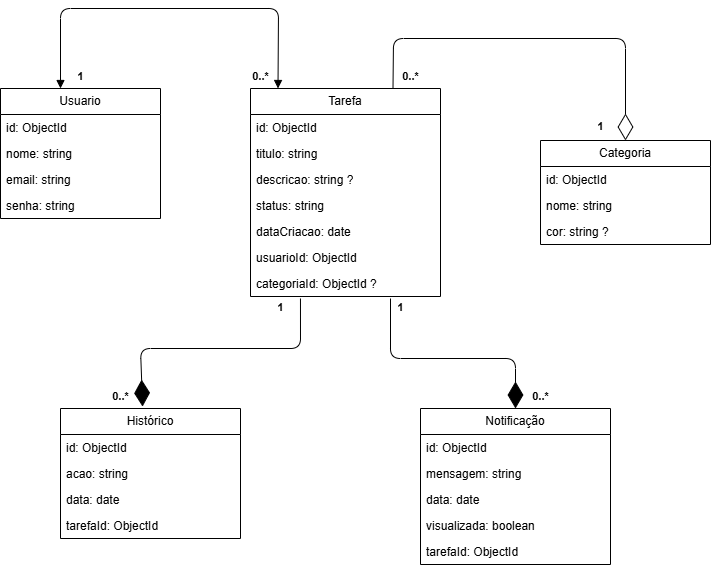
Earlier version of the draw.io export docs/NoAM.png (FatecFranca/DSM-P3-G08-2026-1). Source tidied: cells renumbered, new cells last; positions are measured from the earlier drawing's top-left corner, leaving out a move shared by most shapes. Source of this version:
```xml
<mxGraphModel>
  <root>
    <mxCell id="0" />
    <mxCell id="1" parent="0" />
    <mxCell id="2" value="Usuario" style="swimlane;fontStyle=0;horizontal=1;startSize=26;fillColor=none;whiteSpace=wrap;html=1;" parent="1" vertex="1">
      <mxGeometry y="80" width="160" height="130" as="geometry" />
    </mxCell>
    <mxCell id="3" value="id: ObjectId&amp;nbsp;" style="text;strokeColor=none;fillColor=none;align=left;verticalAlign=top;spacingLeft=4;spacingRight=4;overflow=hidden;whiteSpace=wrap;html=1;" parent="2" vertex="1">
      <mxGeometry y="26" width="160" height="26" as="geometry" />
    </mxCell>
    <mxCell id="4" value="nome: string&amp;nbsp;" style="text;strokeColor=none;fillColor=none;align=left;verticalAlign=top;spacingLeft=4;spacingRight=4;overflow=hidden;whiteSpace=wrap;html=1;" parent="2" vertex="1">
      <mxGeometry y="52" width="160" height="26" as="geometry" />
    </mxCell>
    <mxCell id="5" value="email: string&amp;nbsp;" style="text;strokeColor=none;fillColor=none;align=left;verticalAlign=top;spacingLeft=4;spacingRight=4;overflow=hidden;whiteSpace=wrap;html=1;" parent="2" vertex="1">
      <mxGeometry y="78" width="160" height="26" as="geometry" />
    </mxCell>
    <mxCell id="6" value="senha: string" style="text;strokeColor=none;fillColor=none;align=left;verticalAlign=top;spacingLeft=4;spacingRight=4;overflow=hidden;whiteSpace=wrap;html=1;" parent="2" vertex="1">
      <mxGeometry y="104" width="160" height="26" as="geometry" />
    </mxCell>
    <mxCell id="7" value="Tarefa" style="swimlane;fontStyle=0;horizontal=1;startSize=26;fillColor=none;whiteSpace=wrap;html=1;" parent="1" vertex="1">
      <mxGeometry x="250" y="80" width="190" height="208" as="geometry" />
    </mxCell>
    <mxCell id="8" value="id: ObjectId&amp;nbsp;" style="text;strokeColor=none;fillColor=none;align=left;verticalAlign=top;spacingLeft=4;spacingRight=4;overflow=hidden;whiteSpace=wrap;html=1;" parent="7" vertex="1">
      <mxGeometry y="26" width="190" height="26" as="geometry" />
    </mxCell>
    <mxCell id="9" value="titulo: string&amp;nbsp;" style="text;strokeColor=none;fillColor=none;align=left;verticalAlign=top;spacingLeft=4;spacingRight=4;overflow=hidden;whiteSpace=wrap;html=1;" parent="7" vertex="1">
      <mxGeometry y="52" width="190" height="26" as="geometry" />
    </mxCell>
    <mxCell id="10" value="descricao: string ?" style="text;strokeColor=none;fillColor=none;align=left;verticalAlign=top;spacingLeft=4;spacingRight=4;overflow=hidden;whiteSpace=wrap;html=1;" parent="7" vertex="1">
      <mxGeometry y="78" width="190" height="26" as="geometry" />
    </mxCell>
    <mxCell id="11" value="status: string&amp;nbsp;" style="text;strokeColor=none;fillColor=none;align=left;verticalAlign=top;spacingLeft=4;spacingRight=4;overflow=hidden;whiteSpace=wrap;html=1;" parent="7" vertex="1">
      <mxGeometry y="104" width="190" height="26" as="geometry" />
    </mxCell>
    <mxCell id="12" value="dataCriacao: date&amp;nbsp;" style="text;strokeColor=none;fillColor=none;align=left;verticalAlign=top;spacingLeft=4;spacingRight=4;overflow=hidden;whiteSpace=wrap;html=1;" parent="7" vertex="1">
      <mxGeometry y="130" width="190" height="26" as="geometry" />
    </mxCell>
    <mxCell id="13" value="usuarioId: ObjectId&amp;nbsp;" style="text;strokeColor=none;fillColor=none;align=left;verticalAlign=top;spacingLeft=4;spacingRight=4;overflow=hidden;whiteSpace=wrap;html=1;" parent="7" vertex="1">
      <mxGeometry y="156" width="190" height="26" as="geometry" />
    </mxCell>
    <mxCell id="14" value="categoriaId: ObjectId ?" style="text;strokeColor=none;fillColor=none;align=left;verticalAlign=top;spacingLeft=4;spacingRight=4;overflow=hidden;points=[[0,0.5],[1,0.5]];portConstraint=eastwest;whiteSpace=wrap;html=1;" parent="7" vertex="1">
      <mxGeometry y="182" width="190" height="26" as="geometry" />
    </mxCell>
    <mxCell id="15" value="Categoria" style="swimlane;fontStyle=0;horizontal=1;startSize=26;fillColor=none;whiteSpace=wrap;html=1;" parent="1" vertex="1">
      <mxGeometry x="540" y="132" width="170" height="104" as="geometry" />
    </mxCell>
    <mxCell id="16" value="id: ObjectId&amp;nbsp;" style="text;strokeColor=none;fillColor=none;align=left;verticalAlign=top;spacingLeft=4;spacingRight=4;overflow=hidden;whiteSpace=wrap;html=1;" parent="15" vertex="1">
      <mxGeometry y="26" width="170" height="26" as="geometry" />
    </mxCell>
    <mxCell id="17" value="nome: string&amp;nbsp;" style="text;strokeColor=none;fillColor=none;align=left;verticalAlign=top;spacingLeft=4;spacingRight=4;overflow=hidden;whiteSpace=wrap;html=1;" parent="15" vertex="1">
      <mxGeometry y="52" width="170" height="26" as="geometry" />
    </mxCell>
    <mxCell id="18" value="cor: string ?" style="text;strokeColor=none;fillColor=none;align=left;verticalAlign=top;spacingLeft=4;spacingRight=4;overflow=hidden;whiteSpace=wrap;html=1;" parent="15" vertex="1">
      <mxGeometry y="78" width="170" height="26" as="geometry" />
    </mxCell>
    <mxCell id="19" value="Notificação" style="swimlane;fontStyle=0;horizontal=1;startSize=26;fillColor=none;whiteSpace=wrap;html=1;" parent="1" vertex="1">
      <mxGeometry x="420" y="400" width="190" height="156" as="geometry" />
    </mxCell>
    <mxCell id="20" value="id: ObjectId&amp;nbsp;" style="text;strokeColor=none;fillColor=none;align=left;verticalAlign=top;spacingLeft=4;spacingRight=4;overflow=hidden;whiteSpace=wrap;html=1;" parent="19" vertex="1">
      <mxGeometry y="26" width="190" height="26" as="geometry" />
    </mxCell>
    <mxCell id="21" value="mensagem: string&amp;nbsp;" style="text;strokeColor=none;fillColor=none;align=left;verticalAlign=top;spacingLeft=4;spacingRight=4;overflow=hidden;whiteSpace=wrap;html=1;" parent="19" vertex="1">
      <mxGeometry y="52" width="190" height="26" as="geometry" />
    </mxCell>
    <mxCell id="22" value="data: date&amp;nbsp;" style="text;strokeColor=none;fillColor=none;align=left;verticalAlign=top;spacingLeft=4;spacingRight=4;overflow=hidden;whiteSpace=wrap;html=1;" parent="19" vertex="1">
      <mxGeometry y="78" width="190" height="26" as="geometry" />
    </mxCell>
    <mxCell id="23" value="visualizada: boolean&amp;nbsp;" style="text;strokeColor=none;fillColor=none;align=left;verticalAlign=top;spacingLeft=4;spacingRight=4;overflow=hidden;whiteSpace=wrap;html=1;" parent="19" vertex="1">
      <mxGeometry y="104" width="190" height="26" as="geometry" />
    </mxCell>
    <mxCell id="24" value="tarefaId: ObjectId&amp;nbsp;" style="text;strokeColor=none;fillColor=none;align=left;verticalAlign=top;spacingLeft=4;spacingRight=4;overflow=hidden;whiteSpace=wrap;html=1;" parent="19" vertex="1">
      <mxGeometry y="130" width="190" height="26" as="geometry" />
    </mxCell>
    <mxCell id="25" value="Histórico" style="swimlane;fontStyle=0;horizontal=1;startSize=26;fillColor=none;whiteSpace=wrap;html=1;" parent="1" vertex="1">
      <mxGeometry x="60" y="400" width="180" height="130" as="geometry" />
    </mxCell>
    <mxCell id="26" value="id: ObjectId&amp;nbsp;" style="text;strokeColor=none;fillColor=none;align=left;verticalAlign=top;spacingLeft=4;spacingRight=4;overflow=hidden;whiteSpace=wrap;html=1;" parent="25" vertex="1">
      <mxGeometry y="26" width="180" height="26" as="geometry" />
    </mxCell>
    <mxCell id="27" value="acao: string&amp;nbsp;" style="text;strokeColor=none;fillColor=none;align=left;verticalAlign=top;spacingLeft=4;spacingRight=4;overflow=hidden;whiteSpace=wrap;html=1;" parent="25" vertex="1">
      <mxGeometry y="52" width="180" height="26" as="geometry" />
    </mxCell>
    <mxCell id="28" value="data: date&amp;nbsp;" style="text;strokeColor=none;fillColor=none;align=left;verticalAlign=top;spacingLeft=4;spacingRight=4;overflow=hidden;whiteSpace=wrap;html=1;" parent="25" vertex="1">
      <mxGeometry y="78" width="180" height="26" as="geometry" />
    </mxCell>
    <mxCell id="29" value="tarefaId: ObjectId" style="text;strokeColor=none;fillColor=none;align=left;verticalAlign=top;spacingLeft=4;spacingRight=4;overflow=hidden;whiteSpace=wrap;html=1;" parent="25" vertex="1">
      <mxGeometry y="104" width="180" height="26" as="geometry" />
    </mxCell>
    <mxCell id="30" style="endArrow=block;startArrow=block;endFill=1;startFill=1;html=1;entryX=0.25;entryY=0;entryDx=0;entryDy=0;exitX=0.5;exitY=0;exitDx=0;exitDy=0;" parent="1" edge="1">
      <mxGeometry relative="1" as="geometry">
        <mxPoint x="60" y="80" as="sourcePoint" />
        <mxPoint x="277.5" y="80" as="targetPoint" />
        <Array as="points">
          <mxPoint x="60" />
          <mxPoint x="278" />
        </Array>
      </mxGeometry>
    </mxCell>
    <mxCell id="31" style="endArrow=diamondThin;endFill=0;endSize=24;html=1;entryX=0.5;entryY=0;entryDx=0;entryDy=0;exitX=0.75;exitY=0;exitDx=0;exitDy=0;" parent="1" edge="1" source="7" target="15">
      <mxGeometry relative="1" as="geometry">
        <Array as="points">
          <mxPoint x="393" y="30" />
          <mxPoint x="625" y="30" />
        </Array>
      </mxGeometry>
    </mxCell>
    <mxCell id="32" style="endArrow=diamondThin;endFill=1;endSize=24;html=1;entryX=0.5;entryY=0;entryDx=0;entryDy=0;" parent="1" edge="1" target="19">
      <mxGeometry relative="1" as="geometry">
        <mxPoint x="390" y="290" as="sourcePoint" />
        <Array as="points">
          <mxPoint x="390" y="350" />
          <mxPoint x="515" y="350" />
        </Array>
      </mxGeometry>
    </mxCell>
    <mxCell id="33" style="endArrow=diamondThin;endFill=1;endSize=24;html=1;entryX=0.456;entryY=-0.015;entryDx=0;entryDy=0;entryPerimeter=0;exitX=0.263;exitY=1.077;exitDx=0;exitDy=0;exitPerimeter=0;" parent="1" edge="1" source="14" target="25">
      <mxGeometry relative="1" as="geometry">
        <Array as="points">
          <mxPoint x="300" y="340" />
          <mxPoint x="140" y="340" />
        </Array>
      </mxGeometry>
    </mxCell>
    <mxCell id="34" value="1" style="text;align=center;fontStyle=1;verticalAlign=middle;spacingLeft=3;spacingRight=3;strokeColor=none;html=1;fontSize=11;" parent="1" vertex="1">
      <mxGeometry x="70" y="60" width="20" height="16" as="geometry" />
    </mxCell>
    <mxCell id="35" value="0..*" style="text;align=center;fontStyle=1;verticalAlign=middle;spacingLeft=3;spacingRight=3;strokeColor=none;html=1;fontSize=11;" parent="1" vertex="1">
      <mxGeometry x="250" y="60" width="20" height="16" as="geometry" />
    </mxCell>
    <mxCell id="36" value="0..*" style="text;align=center;fontStyle=1;verticalAlign=middle;spacingLeft=3;spacingRight=3;strokeColor=none;html=1;fontSize=11;" parent="1" vertex="1">
      <mxGeometry x="400" y="60" width="20" height="16" as="geometry" />
    </mxCell>
    <mxCell id="37" value="1" style="text;align=center;fontStyle=1;verticalAlign=middle;spacingLeft=3;spacingRight=3;strokeColor=none;html=1;fontSize=11;" parent="1" vertex="1">
      <mxGeometry x="590" y="110" width="20" height="16" as="geometry" />
    </mxCell>
    <mxCell id="38" value="1" style="text;align=center;fontStyle=1;verticalAlign=middle;spacingLeft=3;spacingRight=3;strokeColor=none;html=1;fontSize=11;" parent="1" vertex="1">
      <mxGeometry x="390" y="291" width="20" height="16" as="geometry" />
    </mxCell>
    <mxCell id="39" value="0..*" style="text;align=center;fontStyle=1;verticalAlign=middle;spacingLeft=3;spacingRight=3;strokeColor=none;html=1;fontSize=11;" parent="1" vertex="1">
      <mxGeometry x="530" y="380" width="20" height="16" as="geometry" />
    </mxCell>
    <mxCell id="40" value="1" style="text;align=center;fontStyle=1;verticalAlign=middle;spacingLeft=3;spacingRight=3;strokeColor=none;html=1;fontSize=11;" parent="1" vertex="1">
      <mxGeometry x="270" y="294" width="20" height="10" as="geometry" />
    </mxCell>
    <mxCell id="41" value="0..*" style="text;align=center;fontStyle=1;verticalAlign=middle;spacingLeft=3;spacingRight=3;strokeColor=none;html=1;fontSize=11;" parent="1" vertex="1">
      <mxGeometry x="110" y="380" width="20" height="16" as="geometry" />
    </mxCell>
  </root>
</mxGraphModel>
```
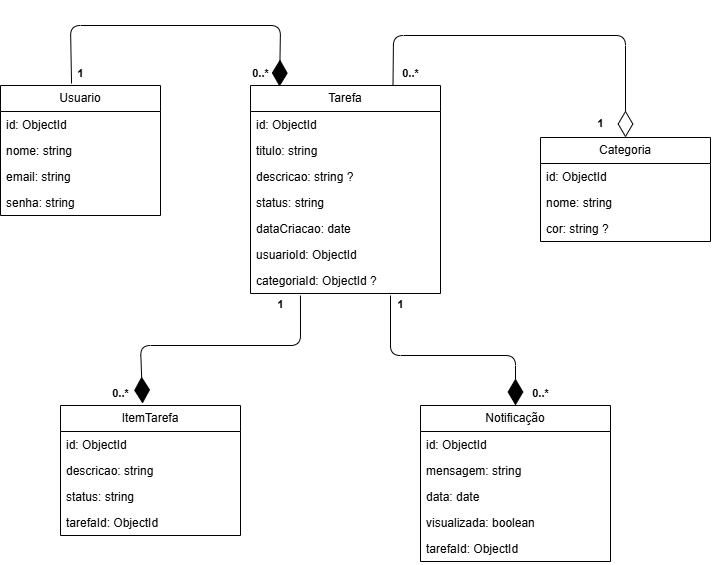
Later version of the same file.

Change to the diagram source:
```diff
@@ -71,31 +71,21 @@
     <mxCell id="24" value="tarefaId: ObjectId&amp;nbsp;" style="text;strokeColor=none;fillColor=none;align=left;verticalAlign=top;spacingLeft=4;spacingRight=4;overflow=hidden;whiteSpace=wrap;html=1;" parent="19" vertex="1">
       <mxGeometry y="130" width="190" height="26" as="geometry" />
     </mxCell>
-    <mxCell id="25" value="Histórico" style="swimlane;fontStyle=0;horizontal=1;startSize=26;fillColor=none;whiteSpace=wrap;html=1;" parent="1" vertex="1">
+    <mxCell id="25" value="ItemTarefa" style="swimlane;fontStyle=0;horizontal=1;startSize=26;fillColor=none;whiteSpace=wrap;html=1;" parent="1" vertex="1">
       <mxGeometry x="60" y="400" width="180" height="130" as="geometry" />
     </mxCell>
     <mxCell id="26" value="id: ObjectId&amp;nbsp;" style="text;strokeColor=none;fillColor=none;align=left;verticalAlign=top;spacingLeft=4;spacingRight=4;overflow=hidden;whiteSpace=wrap;html=1;" parent="25" vertex="1">
       <mxGeometry y="26" width="180" height="26" as="geometry" />
     </mxCell>
-    <mxCell id="27" value="acao: string&amp;nbsp;" style="text;strokeColor=none;fillColor=none;align=left;verticalAlign=top;spacingLeft=4;spacingRight=4;overflow=hidden;whiteSpace=wrap;html=1;" parent="25" vertex="1">
+    <mxCell id="27" value="descricao: string" style="text;strokeColor=none;fillColor=none;align=left;verticalAlign=top;spacingLeft=4;spacingRight=4;overflow=hidden;whiteSpace=wrap;html=1;" parent="25" vertex="1">
       <mxGeometry y="52" width="180" height="26" as="geometry" />
     </mxCell>
-    <mxCell id="28" value="data: date&amp;nbsp;" style="text;strokeColor=none;fillColor=none;align=left;verticalAlign=top;spacingLeft=4;spacingRight=4;overflow=hidden;whiteSpace=wrap;html=1;" parent="25" vertex="1">
+    <mxCell id="28" value="status: string" style="text;strokeColor=none;fillColor=none;align=left;verticalAlign=top;spacingLeft=4;spacingRight=4;overflow=hidden;whiteSpace=wrap;html=1;" parent="25" vertex="1">
       <mxGeometry y="78" width="180" height="26" as="geometry" />
     </mxCell>
     <mxCell id="29" value="tarefaId: ObjectId" style="text;strokeColor=none;fillColor=none;align=left;verticalAlign=top;spacingLeft=4;spacingRight=4;overflow=hidden;whiteSpace=wrap;html=1;" parent="25" vertex="1">
       <mxGeometry y="104" width="180" height="26" as="geometry" />
     </mxCell>
-    <mxCell id="30" style="endArrow=block;startArrow=block;endFill=1;startFill=1;html=1;entryX=0.25;entryY=0;entryDx=0;entryDy=0;exitX=0.5;exitY=0;exitDx=0;exitDy=0;" parent="1" edge="1">
-      <mxGeometry relative="1" as="geometry">
-        <mxPoint x="60" y="80" as="sourcePoint" />
-        <mxPoint x="277.5" y="80" as="targetPoint" />
-        <Array as="points">
-          <mxPoint x="60" />
-          <mxPoint x="278" />
-        </Array>
-      </mxGeometry>
-    </mxCell>
     <mxCell id="31" style="endArrow=diamondThin;endFill=0;endSize=24;html=1;entryX=0.5;entryY=0;entryDx=0;entryDy=0;exitX=0.75;exitY=0;exitDx=0;exitDy=0;" parent="1" edge="1" source="7" target="15">
       <mxGeometry relative="1" as="geometry">
         <Array as="points">
@@ -145,5 +135,13 @@
     <mxCell id="41" value="0..*" style="text;align=center;fontStyle=1;verticalAlign=middle;spacingLeft=3;spacingRight=3;strokeColor=none;html=1;fontSize=11;" parent="1" vertex="1">
       <mxGeometry x="110" y="380" width="20" height="16" as="geometry" />
     </mxCell>
+    <mxCell id="42" style="endArrow=diamondThin;endFill=1;endSize=24;html=1;entryX=0.153;entryY=0.005;entryDx=0;entryDy=0;entryPerimeter=0;exitX=0.444;exitY=-0.015;exitDx=0;exitDy=0;exitPerimeter=0;" parent="1" edge="1" source="2" target="7">
+      <mxGeometry relative="1" as="geometry">
+        <Array as="points">
+          <mxPoint x="70" y="20" />
+          <mxPoint x="280" y="20" />
+        </Array>
+      </mxGeometry>
+    </mxCell>
   </root>
 </mxGraphModel>
```
